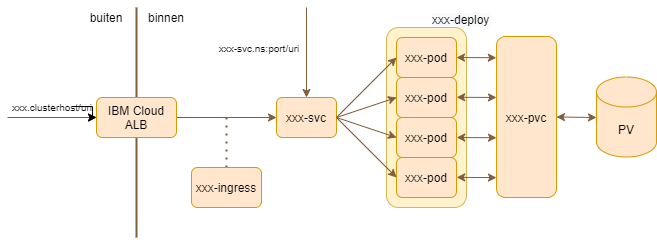
Earlier version of the draw.io export doc/exposing apps.png (JLanda91/ibm-ace-flexaas). Source tidied: cells renumbered, new cells last; positions are measured from the earlier drawing's top-left corner, leaving out a move shared by most shapes.
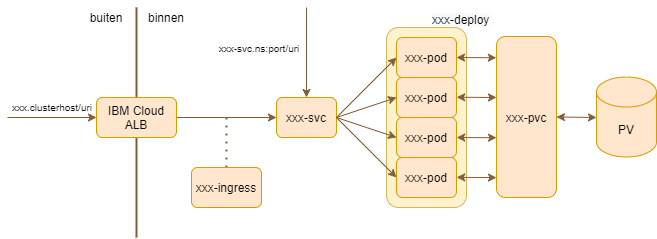
The same file after the commit.

Change to the diagram source:
```diff
@@ -49,9 +49,6 @@
     <mxCell id="15" value="xxx-ingress" style="rounded=1;whiteSpace=wrap;html=1;fillColor=#ffe6cc;strokeColor=#d79b00;" parent="1" vertex="1">
       <mxGeometry x="184" y="161" width="70" height="40" as="geometry" />
     </mxCell>
-    <mxCell id="16" style="edgeStyle=orthogonalEdgeStyle;rounded=0;jettySize=auto;html=1;" parent="1" edge="1" source="17" target="27">
-      <mxGeometry relative="1" as="geometry" />
-    </mxCell>
     <mxCell id="17" value="&lt;font style=&quot;font-size: 10px&quot;&gt;xxx.clusterhost/uri&lt;/font&gt;" style="text;html=1;strokeColor=none;fillColor=none;align=center;verticalAlign=middle;whiteSpace=wrap;rounded=0;" parent="1" vertex="1">
       <mxGeometry x="25" y="90" width="40" height="20" as="geometry" />
     </mxCell>
```
